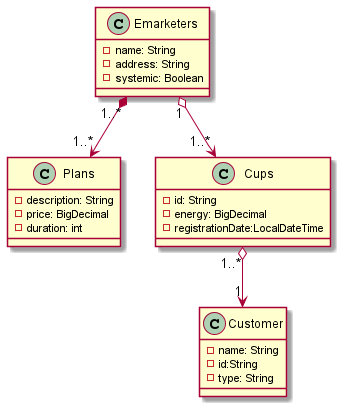
The PlantUML diagram docs/emarketer.models.png in miw-upm/apaw-practice, before a commit. Source of this version:
```plantuml
@startuml
class Emarketers{
-name: String
-address: String
-systemic: Boolean
}

class Plans{
-description: String
-price: BigDecimal
-duration: int
}

class Customer{
-name: String
-id:String
-type: String
}

class Cups{
-id: String
-energy: BigDecimal
-registrationDate:LocalDateTime
}

Emarketers "1..*" *--> "1..*" Plans

Emarketers "1" o--> "1..*" Cups

Cups "1..*" o--> "1" Customer

@enduml
```
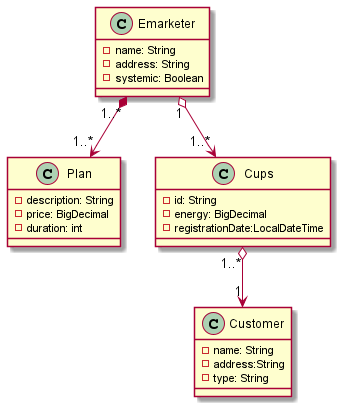
After the change.

Commit message:
Add emarketer model and png updated #76

Diff of the diagram source:
```diff
@@ -1,11 +1,11 @@
 @startuml
-class Emarketers{
+class Emarketer{
 -name: String
 -address: String
 -systemic: Boolean
 }
 
-class Plans{
+class Plan{
 -description: String
 -price: BigDecimal
 -duration: int
@@ -13,7 +13,7 @@
 
 class Customer{
 -name: String
--id:String
+-address:String
 -type: String
 }
 
@@ -23,9 +23,9 @@
 -registrationDate:LocalDateTime
 }
 
-Emarketers "1..*" *--> "1..*" Plans
+Emarketer "1..*" *--> "1..*" Plan
 
-Emarketers "1" o--> "1..*" Cups
+Emarketer "1" o--> "1..*" Cups
 
 Cups "1..*" o--> "1" Customer
 
```
